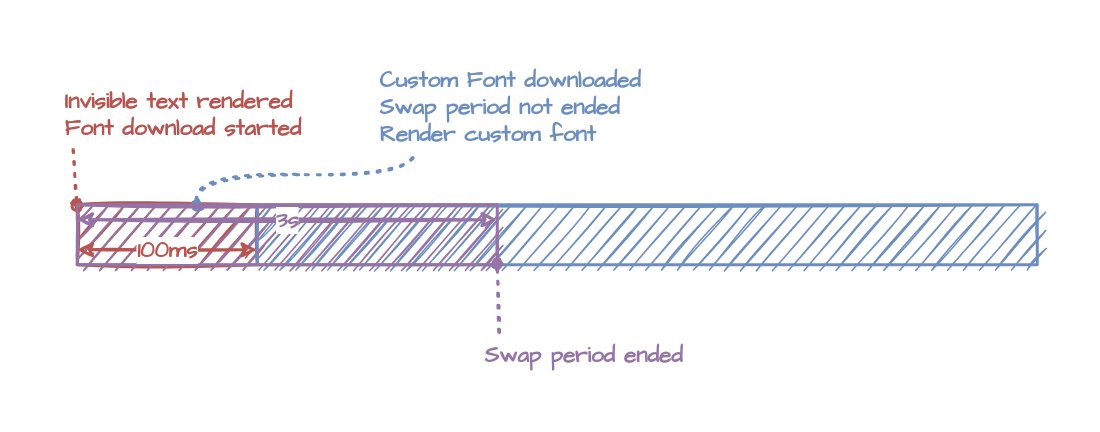
Earlier version of the draw.io export public/img/optimizing-fonts-for-the-web/fallback-3.png (DaChartreux/try.catch.wtf). Source tidied: cells renumbered, new cells last; positions are measured from the earlier drawing's top-left corner, leaving out a move shared by most shapes.
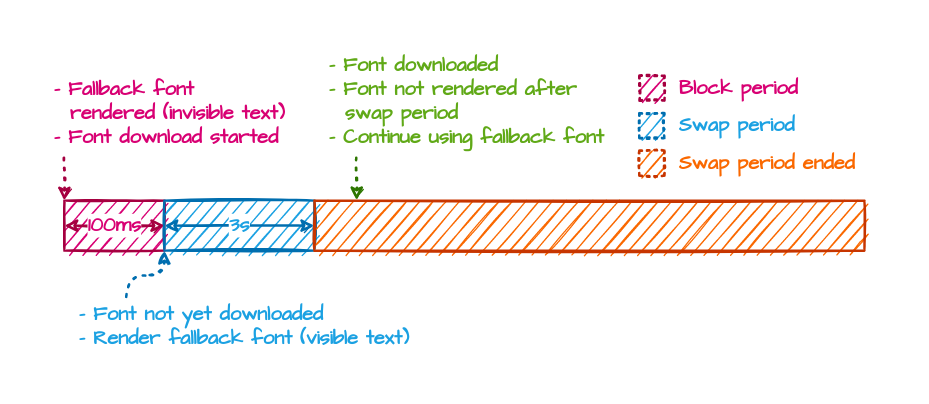
Above is the later version.

The edit, as a diff of the source:
```diff
@@ -2,48 +2,62 @@
   <root>
     <mxCell id="0" />
     <mxCell id="1" parent="0" />
-    <mxCell id="2" style="rounded=0;whiteSpace=wrap;html=1;shadow=0;glass=0;sketch=1;fillStyle=hachure;strokeColor=#b85450;fillColor=#B85450;strokeWidth=2;fontSize=15;" parent="1" vertex="1">
-      <mxGeometry x="10" y="95" width="120" height="40" as="geometry" />
+    <mxCell id="2" style="rounded=0;whiteSpace=wrap;html=1;shadow=0;glass=0;sketch=1;fillStyle=hachure;strokeColor=#A50040;fillColor=#d80073;strokeWidth=2;fontSize=15;fontColor=#ffffff;" parent="1" vertex="1">
+      <mxGeometry x="10" y="415" width="80" height="40" as="geometry" />
     </mxCell>
-    <mxCell id="3" style="rounded=0;whiteSpace=wrap;html=1;shadow=0;glass=0;sketch=1;fillColor=#6C8EBF;strokeColor=#6c8ebf;fillStyle=hachure;strokeWidth=2;fontSize=15;" parent="1" vertex="1">
-      <mxGeometry x="130" y="95" width="520" height="40" as="geometry" />
+    <mxCell id="3" style="rounded=0;whiteSpace=wrap;html=1;shadow=0;glass=0;sketch=1;fillColor=#1ba1e2;strokeColor=#006EAF;fillStyle=hachure;strokeWidth=2;fontSize=15;fontColor=#ffffff;" parent="1" vertex="1">
+      <mxGeometry x="90" y="415" width="120" height="40" as="geometry" />
     </mxCell>
-    <mxCell id="4" style="endArrow=none;dashed=1;html=1;dashPattern=1 3;strokeWidth=2;rounded=0;sketch=1;fontFamily=Roboto Mono;fontSource=https%3A%2F%2Ffonts.googleapis.com%2Fcss%3Ffamily%3DRoboto%2BMono;fontSize=15;fontColor=#D79B00;jumpStyle=none;startArrow=oval;startFill=0;entryX=0.041;entryY=0.996;entryDx=0;entryDy=0;entryPerimeter=0;fillColor=#f8cecc;strokeColor=#b85450;" parent="1" edge="1" target="5">
-      <mxGeometry relative="1" as="geometry">
-        <mxPoint x="10" y="95" as="sourcePoint" />
-      </mxGeometry>
+    <mxCell id="4" style="rounded=0;whiteSpace=wrap;html=1;shadow=0;glass=0;sketch=1;fillColor=#fa6800;strokeColor=#C73500;fillStyle=hachure;strokeWidth=2;fontSize=15;fontColor=#000000;" parent="1" vertex="1">
+      <mxGeometry x="210" y="415" width="440" height="40" as="geometry" />
     </mxCell>
-    <mxCell id="5" value="Invisible text rendered&lt;br style=&quot;font-size: 15px;&quot;&gt;Font download started" style="text;html=1;align=left;verticalAlign=middle;points=[];fontSize=15;fontFamily=Architects Daughter;sketch=0;shadow=0;fontSource=https%3A%2F%2Ffonts.googleapis.com%2Fcss%3Ffamily%3DArchitects%2BDaughter;fontColor=#B85450;fontStyle=1;strokeWidth=2;" parent="1" vertex="1">
-      <mxGeometry y="15" width="170" height="40" as="geometry" />
+    <mxCell id="5" style="endArrow=none;dashed=1;html=1;dashPattern=1 3;strokeWidth=2;rounded=0;sketch=1;fontFamily=Roboto Mono;fontSource=https%3A%2F%2Ffonts.googleapis.com%2Fcss%3Ffamily%3DRoboto%2BMono;fontSize=15;fontColor=#D79B00;jumpStyle=none;startArrow=classic;startFill=1;entryX=0.05;entryY=1;entryDx=0;entryDy=0;entryPerimeter=0;fillColor=#d80073;strokeColor=#A50040;" parent="1" edge="1" target="6">
+      <mxGeometry relative="1" as="geometry">
+        <mxPoint x="10" y="415" as="sourcePoint" />
+      </mxGeometry>
     </mxCell>
-    <mxCell id="6" style="endArrow=none;dashed=1;html=1;dashPattern=1 3;strokeWidth=2;rounded=0;sketch=1;fontFamily=Roboto Mono;fontSource=https%3A%2F%2Ffonts.googleapis.com%2Fcss%3Ffamily%3DRoboto%2BMono;fontSize=15;fontColor=#6C8EBF;jumpStyle=none;startArrow=oval;startFill=0;exitX=1;exitY=0;exitDx=0;exitDy=0;fillColor=#dae8fc;strokeColor=#6c8ebf;entryX=0.13;entryY=1.004;entryDx=0;entryDy=0;entryPerimeter=0;edgeStyle=orthogonalEdgeStyle;curved=1;" parent="1" edge="1" target="7">
-      <mxGeometry relative="1" as="geometry">
-        <mxPoint x="89.4" y="95" as="sourcePoint" />
-        <Array as="points">
-          <mxPoint x="89" y="75" />
-          <mxPoint x="235" y="75" />
-        </Array>
-      </mxGeometry>
+    <mxCell id="6" value="- Fallback font&lt;br&gt;&amp;nbsp; rendered (invisible text)&lt;br&gt;- Font download started" style="text;html=1;align=left;verticalAlign=middle;points=[];fontSize=16;fontFamily=Architects Daughter;sketch=0;shadow=0;fontSource=https%3A%2F%2Ffonts.googleapis.com%2Fcss%3Ffamily%3DArchitects%2BDaughter;fontColor=#D80073;fontStyle=1;strokeWidth=2;" parent="1" vertex="1">
+      <mxGeometry y="315" width="200" height="60" as="geometry" />
     </mxCell>
-    <mxCell id="7" value="Custom Font downloaded&lt;br style=&quot;font-size: 15px;&quot;&gt;Swap period not ended&lt;br style=&quot;font-size: 15px;&quot;&gt;Render custom font" style="text;html=1;align=left;verticalAlign=middle;points=[];strokeColor=none;fillColor=none;fontSize=15;fontFamily=Architects Daughter;fontColor=#6C8EBF;sketch=0;shadow=0;fontSource=https%3A%2F%2Ffonts.googleapis.com%2Fcss%3Ffamily%3DArchitects%2BDaughter;fontStyle=1;strokeWidth=2;" parent="1" vertex="1">
-      <mxGeometry x="210" width="190" height="60" as="geometry" />
+    <mxCell id="7" style="endArrow=none;dashed=1;html=1;dashPattern=1 3;strokeWidth=2;rounded=0;sketch=1;fontFamily=Roboto Mono;fontSource=https%3A%2F%2Ffonts.googleapis.com%2Fcss%3Ffamily%3DRoboto%2BMono;fontSize=15;fontColor=#6C8EBF;jumpStyle=none;startArrow=classic;startFill=1;exitX=0.077;exitY=-0.005;exitDx=0;exitDy=0;fillColor=#60a917;strokeColor=#2D7600;edgeStyle=orthogonalEdgeStyle;curved=1;exitPerimeter=0;entryX=0.1;entryY=1.007;entryDx=0;entryDy=0;entryPerimeter=0;" parent="1" edge="1" source="4" target="8">
+      <mxGeometry relative="1" as="geometry" />
     </mxCell>
-    <mxCell id="8" style="rounded=0;whiteSpace=wrap;html=1;shadow=0;glass=0;labelBackgroundColor=none;sketch=1;fillStyle=hachure;fontFamily=Roboto Mono;fontSource=https%3A%2F%2Ffonts.googleapis.com%2Fcss%3Ffamily%3DRoboto%2BMono;fontSize=15;strokeColor=#9673a6;fillColor=#9673A6;align=left;verticalAlign=middle;strokeWidth=2;" parent="1" vertex="1">
-      <mxGeometry x="10" y="95" width="280" height="40" as="geometry" />
+    <mxCell id="8" value="- Font downloaded&lt;br style=&quot;font-size: 16px&quot;&gt;- Font not rendered after&lt;br&gt;&amp;nbsp; swap period&lt;br&gt;- Continue using fallback font" style="text;html=1;align=left;verticalAlign=middle;points=[];strokeColor=none;fillColor=none;fontSize=16;fontFamily=Architects Daughter;fontColor=#60A917;sketch=0;shadow=0;fontSource=https%3A%2F%2Ffonts.googleapis.com%2Fcss%3Ffamily%3DArchitects%2BDaughter;fontStyle=1;strokeWidth=2;" parent="1" vertex="1">
+      <mxGeometry x="220" y="295" width="240" height="80" as="geometry" />
     </mxCell>
-    <mxCell id="9" value="3s" style="endArrow=classic;startArrow=classic;html=1;rounded=0;sketch=1;fontFamily=Architects Daughter;fontSource=https%3A%2F%2Ffonts.googleapis.com%2Fcss%3Ffamily%3DArchitects%2BDaughter;fontSize=15;fontColor=#9673A6;jumpStyle=none;entryX=1;entryY=0.25;entryDx=0;entryDy=0;exitX=0;exitY=0.25;exitDx=0;exitDy=0;fillColor=#e1d5e7;strokeColor=#9673a6;fontStyle=1;strokeWidth=2;" parent="1" edge="1" source="8" target="8">
+    <mxCell id="9" value="100ms" style="endArrow=classic;startArrow=classic;html=1;rounded=0;sketch=1;fontFamily=Architects Daughter;fontSource=https%3A%2F%2Ffonts.googleapis.com%2Fcss%3Ffamily%3DArchitects%2BDaughter;fontSize=16;fontColor=#D80073;jumpStyle=none;exitX=0;exitY=0.5;exitDx=0;exitDy=0;fillColor=#d80073;strokeColor=#A50040;fontStyle=1;strokeWidth=2;entryX=0;entryY=0.5;entryDx=0;entryDy=0;" parent="1" edge="1" source="2" target="3">
       <mxGeometry relative="1" as="geometry" />
     </mxCell>
-    <mxCell id="10" style="endArrow=none;dashed=1;html=1;dashPattern=1 3;strokeWidth=2;rounded=0;sketch=1;fontFamily=Roboto Mono;fontSource=https%3A%2F%2Ffonts.googleapis.com%2Fcss%3Ffamily%3DRoboto%2BMono;fontSize=15;fontColor=#D79B00;jumpStyle=none;startArrow=oval;startFill=0;exitX=0;exitY=1;exitDx=0;exitDy=0;entryX=0.075;entryY=0.002;entryDx=0;entryDy=0;entryPerimeter=0;fillColor=#e1d5e7;strokeColor=#9673a6;" parent="1" edge="1" target="11">
+    <mxCell id="10" value="3s" style="endArrow=classic;startArrow=classic;html=1;rounded=0;sketch=1;fontFamily=Architects Daughter;fontSource=https%3A%2F%2Ffonts.googleapis.com%2Fcss%3Ffamily%3DArchitects%2BDaughter;fontSize=16;fontColor=#1BA1E2;jumpStyle=none;fillColor=#1ba1e2;strokeColor=#006EAF;fontStyle=1;strokeWidth=2;entryX=0;entryY=0.5;entryDx=0;entryDy=0;" parent="1" edge="1" target="4">
       <mxGeometry relative="1" as="geometry">
-        <mxPoint x="290" y="135" as="sourcePoint" />
+        <mxPoint x="90" y="435" as="sourcePoint" />
       </mxGeometry>
     </mxCell>
-    <mxCell id="11" value="Swap period ended&lt;br style=&quot;font-size: 15px;&quot;&gt;" style="text;html=1;align=left;verticalAlign=middle;points=[];strokeColor=none;fillColor=none;fontSize=15;fontFamily=Architects Daughter;fontColor=#9673A6;sketch=0;shadow=0;fontSource=https%3A%2F%2Ffonts.googleapis.com%2Fcss%3Ffamily%3DArchitects%2BDaughter;fontStyle=1;strokeWidth=2;" parent="1" vertex="1">
-      <mxGeometry x="280" y="185" width="150" height="20" as="geometry" />
+    <mxCell id="11" style="rounded=0;whiteSpace=wrap;html=1;shadow=0;glass=0;sketch=1;fillColor=#fa6800;strokeColor=#C73500;fillStyle=hachure;strokeWidth=2;fontSize=15;fontColor=#000000;dashed=1;dashPattern=1 2;" parent="1" vertex="1">
+      <mxGeometry x="470" y="375" width="20" height="20" as="geometry" />
     </mxCell>
-    <mxCell id="12" value="100ms" style="endArrow=classic;startArrow=classic;html=1;rounded=0;sketch=1;fontFamily=Architects Daughter;fontSource=https%3A%2F%2Ffonts.googleapis.com%2Fcss%3Ffamily%3DArchitects%2BDaughter;fontSize=15;fontColor=#B85450;jumpStyle=none;exitX=0;exitY=0.75;exitDx=0;exitDy=0;entryX=0;entryY=0.75;entryDx=0;entryDy=0;fillColor=#f8cecc;strokeColor=#b85450;fontStyle=1;strokeWidth=2;" parent="1" edge="1" source="2" target="3">
-      <mxGeometry relative="1" as="geometry" />
+    <mxCell id="12" value="Swap period ended" style="text;html=1;align=left;verticalAlign=middle;strokeColor=none;fillColor=none;fontSize=16;fontFamily=Architects Daughter;fontColor=#FA6800;sketch=0;shadow=0;fontSource=https%3A%2F%2Ffonts.googleapis.com%2Fcss%3Ffamily%3DArchitects%2BDaughter;fontStyle=1;strokeWidth=2;" parent="1" vertex="1">
+      <mxGeometry x="500" y="375" width="160" height="20" as="geometry" />
     </mxCell>
+    <mxCell id="13" style="rounded=0;whiteSpace=wrap;html=1;sketch=1;fontColor=#ffffff;fillColor=#d80073;strokeColor=#A50040;strokeWidth=2;perimeterSpacing=0;dashed=1;dashPattern=1 2;glass=0;arcSize=0;shadow=0;fontSize=16;" parent="1" vertex="1">
+      <mxGeometry x="470" y="315" width="20" height="20" as="geometry" />
+    </mxCell>
+    <mxCell id="14" style="rounded=0;whiteSpace=wrap;html=1;sketch=1;fontColor=#ffffff;fillColor=#1ba1e2;strokeColor=#006EAF;strokeWidth=2;perimeterSpacing=0;dashed=1;dashPattern=1 2;glass=0;arcSize=0;shadow=0;fontSize=16;" parent="1" vertex="1">
+      <mxGeometry x="470" y="345" width="20" height="20" as="geometry" />
+    </mxCell>
+    <mxCell id="15" value="Swap period" style="text;html=1;align=left;verticalAlign=middle;strokeColor=none;fillColor=none;fontSize=16;fontFamily=Architects Daughter;fontColor=#1BA1E2;sketch=0;shadow=0;fontSource=https%3A%2F%2Ffonts.googleapis.com%2Fcss%3Ffamily%3DArchitects%2BDaughter;fontStyle=1;strokeWidth=2;" parent="1" vertex="1">
+      <mxGeometry x="500" y="345" width="110" height="20" as="geometry" />
+    </mxCell>
+    <mxCell id="16" value="Block period" style="text;html=1;align=left;verticalAlign=middle;strokeColor=none;fillColor=none;fontSize=16;fontFamily=Architects Daughter;fontColor=#D80073;sketch=0;shadow=0;fontSource=https%3A%2F%2Ffonts.googleapis.com%2Fcss%3Ffamily%3DArchitects%2BDaughter;fontStyle=1;strokeWidth=2;" parent="1" vertex="1">
+      <mxGeometry x="500" y="315" width="110" height="20" as="geometry" />
+    </mxCell>
+    <mxCell id="17" style="endArrow=none;dashed=1;html=1;dashPattern=1 3;strokeWidth=2;rounded=0;sketch=1;fontFamily=Roboto Mono;fontSource=https%3A%2F%2Ffonts.googleapis.com%2Fcss%3Ffamily%3DRoboto%2BMono;fontSize=15;fontColor=#D79B00;jumpStyle=none;startArrow=classic;startFill=1;exitX=0;exitY=1;exitDx=0;exitDy=0;entryX=0.141;entryY=0;entryDx=0;entryDy=0;entryPerimeter=0;fillColor=#1ba1e2;strokeColor=#006EAF;edgeStyle=orthogonalEdgeStyle;curved=1;" parent="1" edge="1" target="18">
+      <mxGeometry relative="1" as="geometry">
+        <mxPoint x="90" y="455" as="sourcePoint" />
+      </mxGeometry>
+    </mxCell>
+    <mxCell id="18" value="- Font not yet downloaded&lt;br style=&quot;font-size: 16px&quot;&gt;- Render fallback font (visible text)" style="text;html=1;align=left;verticalAlign=middle;points=[];strokeColor=none;fillColor=none;fontSize=16;fontFamily=Architects Daughter;fontColor=#1BA1E2;sketch=0;shadow=0;fontSource=https%3A%2F%2Ffonts.googleapis.com%2Fcss%3Ffamily%3DArchitects%2BDaughter;fontStyle=1;strokeWidth=2;" parent="1" vertex="1">
+      <mxGeometry x="20" y="495" width="280" height="40" as="geometry" />
+    </mxCell>
   </root>
 </mxGraphModel>
```
